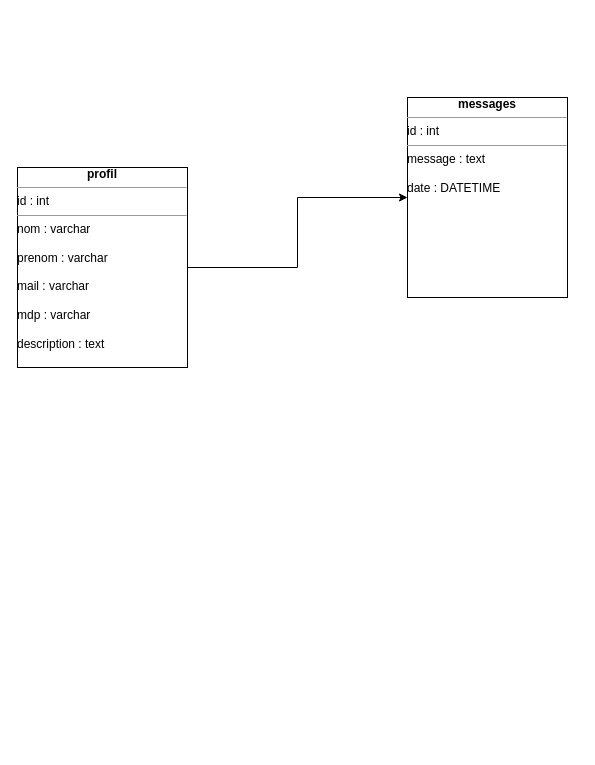
Amine372/site-lyc-e keeps this draw.io diagram as Untitled Diagram.drawio. Above is the earlier version. Source tidied: cells renumbered, new cells numbered last; positions are measured from the earlier drawing's top-left corner, leaving out a move shared by most shapes. Both pictures are drawn from the tidied source at 100%, with x=0, y=0 at pixel (17, 97).
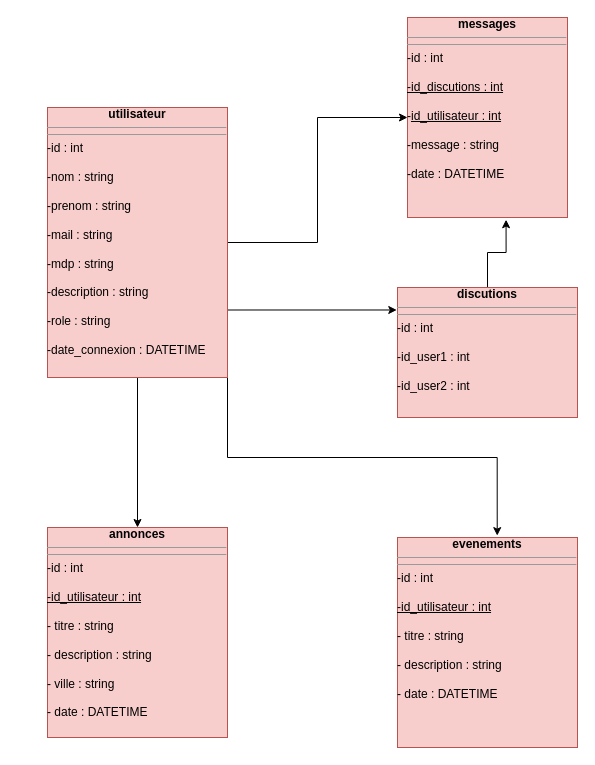
After the change.

Change to the diagram source:
```diff
@@
 <mxGraphModel>
   <root>
     <mxCell id="0" />
     <mxCell id="1" parent="0" />
     <mxCell id="2" style="edgeStyle=orthogonalEdgeStyle;rounded=0;jettySize=auto;html=1;" parent="1" edge="1" source="3" target="4">
       <mxGeometry relative="1" as="geometry" />
     </mxCell>
+    <mxCell id="5" style="edgeStyle=orthogonalEdgeStyle;rounded=0;jettySize=auto;html=1;exitX=1;exitY=0.75;exitDx=0;exitDy=0;entryX=-0.004;entryY=0.173;entryDx=0;entryDy=0;entryPerimeter=0;fontColor=#000000;" parent="1" edge="1" source="3" target="10">
+      <mxGeometry relative="1" as="geometry" />
+    </mxCell>
+    <mxCell id="6" style="edgeStyle=orthogonalEdgeStyle;rounded=0;jettySize=auto;html=1;exitX=0.5;exitY=1;exitDx=0;exitDy=0;entryX=0.5;entryY=0;entryDx=0;entryDy=0;fontColor=#000000;" parent="1" edge="1" source="3" target="8">
+      <mxGeometry relative="1" as="geometry" />
+    </mxCell>
+    <mxCell id="7" style="edgeStyle=orthogonalEdgeStyle;rounded=0;jettySize=auto;html=1;exitX=1;exitY=1;exitDx=0;exitDy=0;entryX=0.554;entryY=-0.009;entryDx=0;entryDy=0;entryPerimeter=0;fontColor=#000000;" parent="1" edge="1" source="3" target="11">
+      <mxGeometry relative="1" as="geometry" />
+    </mxCell>
-    <mxCell id="3" value="&lt;div align=&quot;center&quot;&gt;&lt;b&gt;profil&lt;/b&gt;&lt;/div&gt;&lt;hr size=&quot;1&quot;&gt;id : int&lt;br&gt;&lt;hr size=&quot;1&quot;&gt;&lt;div&gt;nom : varchar&lt;/div&gt;&lt;div&gt;&lt;br&gt;&lt;/div&gt;&lt;div&gt;prenom : varchar&lt;/div&gt;&lt;div&gt;&lt;br&gt;&lt;/div&gt;&lt;div&gt;mail : varchar&lt;/div&gt;&lt;div&gt;&lt;br&gt;&lt;/div&gt;&lt;div&gt;mdp : varchar&lt;/div&gt;&lt;div&gt;&lt;br&gt;&lt;/div&gt;&lt;div&gt;description : text&lt;br&gt;&lt;/div&gt;" style="verticalAlign=top;align=left;overflow=fill;fontSize=12;fontFamily=Helvetica;html=1;" parent="1" vertex="1">
-      <mxGeometry y="70" width="170" height="200" as="geometry" />
+    <mxCell id="3" value="&lt;div align=&quot;center&quot;&gt;&lt;b&gt;utilisateur&lt;/b&gt;&lt;/div&gt;&lt;hr size=&quot;1&quot;&gt;&lt;hr size=&quot;1&quot;&gt;&lt;div&gt;-id : int&lt;/div&gt;&lt;div&gt;&lt;br&gt;&lt;/div&gt;&lt;div&gt;-nom : string&lt;/div&gt;&lt;div&gt;&lt;br&gt;&lt;/div&gt;&lt;div&gt;-prenom : string&lt;/div&gt;&lt;div&gt;&lt;br&gt;&lt;/div&gt;&lt;div&gt;-mail : string&lt;/div&gt;&lt;div&gt;&lt;br&gt;&lt;/div&gt;&lt;div&gt;-mdp : string&lt;/div&gt;&lt;div&gt;&lt;br&gt;&lt;/div&gt;&lt;div&gt;-description : string&lt;/div&gt;&lt;div&gt;&lt;br&gt;&lt;/div&gt;&lt;div&gt;-role : string&lt;br&gt;&lt;/div&gt;&lt;div&gt;&lt;br&gt;&lt;/div&gt;&lt;div&gt;-date_connexion : DATETIME&lt;br&gt;&lt;/div&gt;&lt;div&gt;&lt;br&gt;&lt;/div&gt;&lt;div&gt;&lt;br&gt;&lt;/div&gt;" style="verticalAlign=top;align=left;overflow=fill;fontSize=12;fontFamily=Helvetica;html=1;fillColor=#f8cecc;strokeColor=#b85450;" parent="1" vertex="1">
+      <mxGeometry x="30" y="10" width="180" height="270" as="geometry" />
     </mxCell>
-    <mxCell id="4" value="&lt;div align=&quot;center&quot;&gt;&lt;b&gt;messages&lt;/b&gt;&lt;/div&gt;&lt;hr size=&quot;1&quot;&gt;id : int&lt;br&gt;&lt;hr size=&quot;1&quot;&gt;&lt;div&gt;message : text&lt;/div&gt;&lt;div&gt;&lt;br&gt;&lt;/div&gt;&lt;div&gt;date : DATETIME&lt;/div&gt;&lt;div&gt;&lt;br&gt;&lt;/div&gt;&lt;div&gt;&lt;br&gt;&lt;/div&gt;&amp;nbsp;" style="verticalAlign=top;align=left;overflow=fill;fontSize=12;fontFamily=Helvetica;html=1;" parent="1" vertex="1">
-      <mxGeometry x="390" width="160" height="200" as="geometry" />
+    <mxCell id="4" value="&lt;div align=&quot;center&quot;&gt;&lt;b&gt;messages&lt;/b&gt;&lt;/div&gt;&lt;hr size=&quot;1&quot;&gt;&lt;hr size=&quot;1&quot;&gt;&lt;div&gt;-id : int&lt;/div&gt;&lt;div&gt;&lt;br&gt;&lt;/div&gt;&lt;div&gt;&lt;u&gt;-id_discutions : int&lt;/u&gt;&lt;br&gt;&lt;/div&gt;&lt;div&gt;&lt;br&gt;&lt;/div&gt;&lt;div&gt;-&lt;u&gt;id_utilisateur : int&lt;/u&gt;&lt;br&gt;&lt;/div&gt;&lt;div&gt;&lt;br&gt;&lt;/div&gt;&lt;div&gt;-message : string&lt;/div&gt;&lt;div&gt;&lt;br&gt;&lt;/div&gt;&lt;div&gt;-date : DATETIME&lt;/div&gt;&lt;div&gt;&lt;br&gt;&lt;/div&gt;&lt;div&gt;&lt;br&gt;&lt;/div&gt;" style="verticalAlign=top;align=left;overflow=fill;fontSize=12;fontFamily=Helvetica;html=1;fillColor=#f8cecc;strokeColor=#b85450;" parent="1" vertex="1">
+      <mxGeometry x="390" y="-80" width="160" height="200" as="geometry" />
     </mxCell>
+    <mxCell id="8" value="&lt;div align=&quot;center&quot;&gt;&lt;b&gt;annonces&lt;/b&gt;&lt;/div&gt;&lt;hr size=&quot;1&quot;&gt;&lt;hr size=&quot;1&quot;&gt;&lt;div&gt;-id : int&lt;/div&gt;&lt;div&gt;&lt;br&gt;&lt;/div&gt;&lt;div&gt;&lt;u&gt;-id_utilisateur : int&lt;/u&gt;&lt;br&gt;&lt;/div&gt;&lt;div&gt;&lt;br&gt;&lt;/div&gt;&lt;div&gt;- titre : string&lt;br&gt;&lt;/div&gt;&lt;div&gt;&lt;br&gt;&lt;/div&gt;&lt;div&gt;- description : string&lt;/div&gt;&lt;div&gt;&lt;br&gt;&lt;/div&gt;&lt;div&gt;- ville : string&lt;br&gt;&lt;/div&gt;&lt;div&gt;&lt;br&gt;&lt;/div&gt;&lt;div&gt;- date : DATETIME&lt;br&gt;&lt;/div&gt;&lt;div&gt;&lt;br&gt;&lt;/div&gt;&lt;div&gt;&lt;br&gt;&lt;/div&gt;" style="verticalAlign=top;align=left;overflow=fill;fontSize=12;fontFamily=Helvetica;html=1;fillColor=#f8cecc;strokeColor=#b85450;" parent="1" vertex="1">
+      <mxGeometry x="30" y="430" width="180" height="210" as="geometry" />
+    </mxCell>
+    <mxCell id="9" style="edgeStyle=orthogonalEdgeStyle;rounded=0;jettySize=auto;html=1;exitX=0.5;exitY=0;exitDx=0;exitDy=0;entryX=0.616;entryY=1.011;entryDx=0;entryDy=0;entryPerimeter=0;fontColor=#000000;" parent="1" edge="1" source="10" target="4">
+      <mxGeometry relative="1" as="geometry" />
+    </mxCell>
+    <mxCell id="10" value="&lt;div align=&quot;center&quot;&gt;&lt;b&gt;discutions&lt;/b&gt;&lt;/div&gt;&lt;hr size=&quot;1&quot;&gt;&lt;hr size=&quot;1&quot;&gt;&lt;div&gt;-id : int&lt;br&gt;&lt;/div&gt;&lt;div&gt;&lt;br&gt;&lt;/div&gt;&lt;div&gt;-id_user1 : int&lt;br&gt;&lt;/div&gt;&lt;div&gt;&lt;br&gt;&lt;/div&gt;&lt;div&gt;-id_user2 : int&lt;u&gt;&lt;br&gt;&lt;/u&gt;&lt;/div&gt;&lt;div&gt;&lt;br&gt;&lt;/div&gt;&lt;div&gt;&lt;br&gt;&lt;/div&gt;&lt;div&gt;&lt;br&gt;&lt;/div&gt;&lt;div&gt;&lt;br&gt;&lt;/div&gt;" style="verticalAlign=top;align=left;overflow=fill;fontSize=12;fontFamily=Helvetica;html=1;fillColor=#f8cecc;strokeColor=#b85450;" parent="1" vertex="1">
+      <mxGeometry x="380" y="190" width="180" height="130" as="geometry" />
+    </mxCell>
+    <mxCell id="11" value="&lt;div align=&quot;center&quot;&gt;&lt;b&gt;evenements&lt;/b&gt;&lt;/div&gt;&lt;hr size=&quot;1&quot;&gt;&lt;hr size=&quot;1&quot;&gt;&lt;div&gt;-id : int&lt;/div&gt;&lt;div&gt;&lt;br&gt;&lt;/div&gt;&lt;div&gt;&lt;u&gt;-id_utilisateur : int&lt;/u&gt;&lt;br&gt;&lt;/div&gt;&lt;div&gt;&lt;br&gt;&lt;/div&gt;&lt;div&gt;- titre : string&lt;br&gt;&lt;/div&gt;&lt;div&gt;&lt;br&gt;&lt;/div&gt;&lt;div&gt;- description : string&lt;/div&gt;&lt;div&gt;&lt;br&gt;&lt;/div&gt;&lt;div&gt;- date : DATETIME&lt;br&gt;&lt;/div&gt;&lt;div&gt;&lt;br&gt;&lt;/div&gt;&lt;div&gt;&lt;br&gt;&lt;/div&gt;" style="verticalAlign=top;align=left;overflow=fill;fontSize=12;fontFamily=Helvetica;html=1;fillColor=#f8cecc;strokeColor=#b85450;" parent="1" vertex="1">
+      <mxGeometry x="380" y="440" width="180" height="210" as="geometry" />
+    </mxCell>
   </root>
 </mxGraphModel>
```
